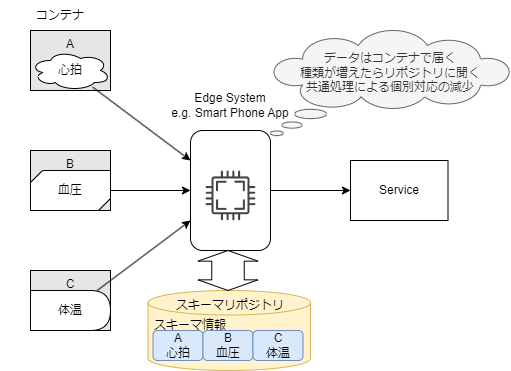
This is docs/spec_guide/basic_after.drawio.png from data-container-for-wearable-sensor/StartGuide, a draw.io export, as it was before one commit. Source tidied: cells renumbered, new cells last; positions are measured from the earlier drawing's top-left corner, leaving out a move shared by most shapes. Its diagram source:
```xml
<mxGraphModel>
  <root>
    <mxCell id="0" />
    <mxCell id="1" parent="0" />
    <mxCell id="2" value="C" style="rounded=0;whiteSpace=wrap;html=1;verticalAlign=top;align=center;fillColor=#E6E6E6;" parent="1" vertex="1">
      <mxGeometry x="30" y="270" width="80" height="60" as="geometry" />
    </mxCell>
    <mxCell id="3" value="B" style="rounded=0;whiteSpace=wrap;html=1;verticalAlign=top;align=center;fillColor=#E6E6E6;" parent="1" vertex="1">
      <mxGeometry x="30" y="150" width="80" height="60" as="geometry" />
    </mxCell>
    <mxCell id="4" value="A" style="rounded=0;whiteSpace=wrap;html=1;verticalAlign=top;align=center;fillColor=#E6E6E6;" parent="1" vertex="1">
      <mxGeometry x="30" y="30" width="80" height="60" as="geometry" />
    </mxCell>
    <mxCell id="5" style="edgeStyle=none;html=1;" parent="1" edge="1" source="6" target="20">
      <mxGeometry relative="1" as="geometry" />
    </mxCell>
    <mxCell id="6" style="rounded=1;whiteSpace=wrap;html=1;" parent="1" vertex="1">
      <mxGeometry x="190" y="130" width="80" height="120" as="geometry" />
    </mxCell>
    <mxCell id="7" value="Edge System&lt;br&gt;e.g. Smart Phone App" style="text;html=1;strokeColor=none;fillColor=none;align=center;verticalAlign=middle;whiteSpace=wrap;rounded=0;" parent="1" vertex="1">
      <mxGeometry x="170" y="90" width="120" height="30" as="geometry" />
    </mxCell>
    <mxCell id="8" style="edgeStyle=none;html=1;" parent="1" edge="1" source="9" target="6">
      <mxGeometry relative="1" as="geometry" />
    </mxCell>
    <mxCell id="9" value="心拍" style="ellipse;shape=cloud;whiteSpace=wrap;html=1;" parent="1" vertex="1">
      <mxGeometry x="30" y="50" width="80" height="40" as="geometry" />
    </mxCell>
    <mxCell id="10" style="edgeStyle=none;html=1;" parent="1" edge="1" source="11" target="6">
      <mxGeometry relative="1" as="geometry" />
    </mxCell>
    <mxCell id="11" value="体温" style="shape=delay;whiteSpace=wrap;html=1;" parent="1" vertex="1">
      <mxGeometry x="30" y="290" width="80" height="40" as="geometry" />
    </mxCell>
    <mxCell id="12" style="edgeStyle=none;html=1;" parent="1" edge="1" source="13" target="6">
      <mxGeometry relative="1" as="geometry" />
    </mxCell>
    <mxCell id="13" style="verticalLabelPosition=bottom;verticalAlign=top;html=1;shape=mxgraph.basic.diag_snip_rect;dx=6;whiteSpace=wrap;" parent="1" vertex="1">
      <mxGeometry x="30" y="170" width="80" height="40" as="geometry" />
    </mxCell>
    <mxCell id="14" value="血圧" style="text;html=1;strokeColor=none;fillColor=none;align=center;verticalAlign=middle;whiteSpace=wrap;rounded=0;" parent="1" vertex="1">
      <mxGeometry x="40" y="175" width="60" height="30" as="geometry" />
    </mxCell>
    <mxCell id="15" style="shape=cylinder3;whiteSpace=wrap;html=1;boundedLbl=1;backgroundOutline=1;size=12.262884140014648;fillColor=#fff2cc;strokeColor=#d6b656;" parent="1" vertex="1">
      <mxGeometry x="147.5" y="290" width="162.5" height="80" as="geometry" />
    </mxCell>
    <mxCell id="16" value="A&lt;br&gt;心拍" style="rounded=1;whiteSpace=wrap;html=1;fillColor=#dae8fc;strokeColor=#6c8ebf;" parent="1" vertex="1">
      <mxGeometry x="152.5" y="330" width="50" height="30" as="geometry" />
    </mxCell>
    <mxCell id="17" value="B&lt;br&gt;血圧" style="rounded=1;whiteSpace=wrap;html=1;fillColor=#dae8fc;strokeColor=#6c8ebf;" parent="1" vertex="1">
      <mxGeometry x="202.5" y="330" width="50" height="30" as="geometry" />
    </mxCell>
    <mxCell id="18" value="C&lt;br&gt;体温" style="rounded=1;whiteSpace=wrap;html=1;fillColor=#dae8fc;strokeColor=#6c8ebf;" parent="1" vertex="1">
      <mxGeometry x="252.5" y="330" width="50" height="30" as="geometry" />
    </mxCell>
    <mxCell id="19" style="shape=doubleArrow;direction=south;whiteSpace=wrap;html=1;arrowWidth=0.5411003112792969;arrowSize=0.26634392738342283;fillColor=none;" parent="1" vertex="1">
      <mxGeometry x="197.5" y="250" width="60" height="40" as="geometry" />
    </mxCell>
    <mxCell id="20" value="Service" style="rounded=0;whiteSpace=wrap;html=1;fillColor=none;" parent="1" vertex="1">
      <mxGeometry x="350" y="160" width="97.5" height="60" as="geometry" />
    </mxCell>
    <mxCell id="21" value="スキーマリポジトリ" style="text;html=1;strokeColor=none;fillColor=none;align=center;verticalAlign=middle;whiteSpace=wrap;rounded=0;" parent="1" vertex="1">
      <mxGeometry x="170" y="290" width="120" height="30" as="geometry" />
    </mxCell>
    <mxCell id="22" value="スキーマ情報" style="text;html=1;strokeColor=none;fillColor=none;align=center;verticalAlign=middle;whiteSpace=wrap;rounded=0;" parent="1" vertex="1">
      <mxGeometry x="130" y="310" width="120" height="30" as="geometry" />
    </mxCell>
    <mxCell id="23" value="コンテナ" style="text;html=1;strokeColor=none;fillColor=none;align=center;verticalAlign=middle;whiteSpace=wrap;rounded=0;" parent="1" vertex="1">
      <mxGeometry width="120" height="30" as="geometry" />
    </mxCell>
    <mxCell id="24" value="&lt;br&gt;データはコンテナで届く&lt;br&gt;種類が増えたらリポジトリに聞く&lt;br&gt;共通処理による個別対応の減少" style="whiteSpace=wrap;html=1;shape=mxgraph.basic.cloud_callout;fillColor=#f5f5f5;verticalAlign=top;fontColor=#333333;strokeColor=#666666;" parent="1" vertex="1">
      <mxGeometry x="270" y="30" width="240" height="105" as="geometry" />
    </mxCell>
    <mxCell id="25" style="sketch=0;shadow=0;dashed=0;html=1;strokeColor=none;fillColor=#434445;labelPosition=center;verticalLabelPosition=bottom;verticalAlign=top;align=center;shape=mxgraph.vvd.cpu;" parent="1" vertex="1">
      <mxGeometry x="205" y="170" width="50" height="50" as="geometry" />
    </mxCell>
  </root>
</mxGraphModel>
```
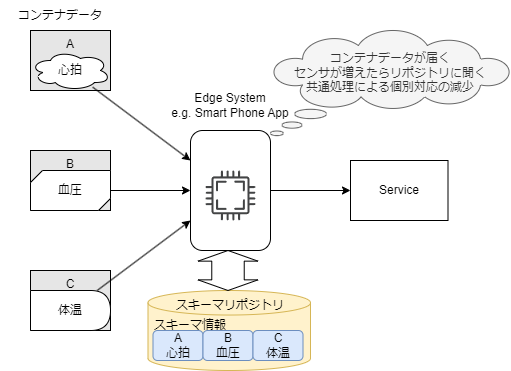
Above is the later version.

Diff of the diagram source:
```diff
@@ -65,10 +65,10 @@
     <mxCell id="22" value="スキーマ情報" style="text;html=1;strokeColor=none;fillColor=none;align=center;verticalAlign=middle;whiteSpace=wrap;rounded=0;" parent="1" vertex="1">
       <mxGeometry x="130" y="310" width="120" height="30" as="geometry" />
     </mxCell>
-    <mxCell id="23" value="コンテナ" style="text;html=1;strokeColor=none;fillColor=none;align=center;verticalAlign=middle;whiteSpace=wrap;rounded=0;" parent="1" vertex="1">
+    <mxCell id="23" value="コンテナデータ" style="text;html=1;strokeColor=none;fillColor=none;align=center;verticalAlign=middle;whiteSpace=wrap;rounded=0;" parent="1" vertex="1">
       <mxGeometry width="120" height="30" as="geometry" />
     </mxCell>
-    <mxCell id="24" value="&lt;br&gt;データはコンテナで届く&lt;br&gt;種類が増えたらリポジトリに聞く&lt;br&gt;共通処理による個別対応の減少" style="whiteSpace=wrap;html=1;shape=mxgraph.basic.cloud_callout;fillColor=#f5f5f5;verticalAlign=top;fontColor=#333333;strokeColor=#666666;" parent="1" vertex="1">
+    <mxCell id="24" value="&lt;br&gt;コンテナデータが届く&lt;br&gt;センサが増えたらリポジトリに聞く&lt;br&gt;共通処理による個別対応の減少" style="whiteSpace=wrap;html=1;shape=mxgraph.basic.cloud_callout;fillColor=#f5f5f5;verticalAlign=top;fontColor=#333333;strokeColor=#666666;" parent="1" vertex="1">
       <mxGeometry x="270" y="30" width="240" height="105" as="geometry" />
     </mxCell>
     <mxCell id="25" style="sketch=0;shadow=0;dashed=0;html=1;strokeColor=none;fillColor=#434445;labelPosition=center;verticalLabelPosition=bottom;verticalAlign=top;align=center;shape=mxgraph.vvd.cpu;" parent="1" vertex="1">
```
